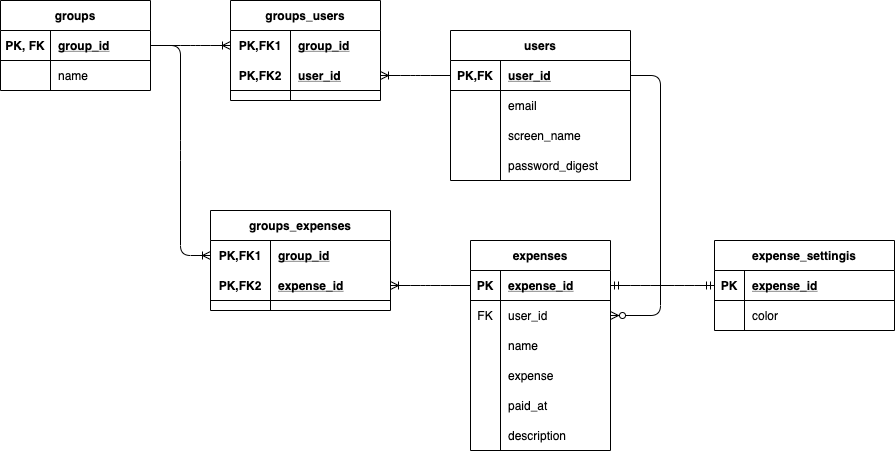
dOwOd/Expenses_Log_App keeps this draw.io diagram as design/ERdiagram.png. Above is the earlier version. Source tidied: cells renumbered, new cells last; positions are measured from the earlier drawing's top-left corner, leaving out a move shared by most shapes.
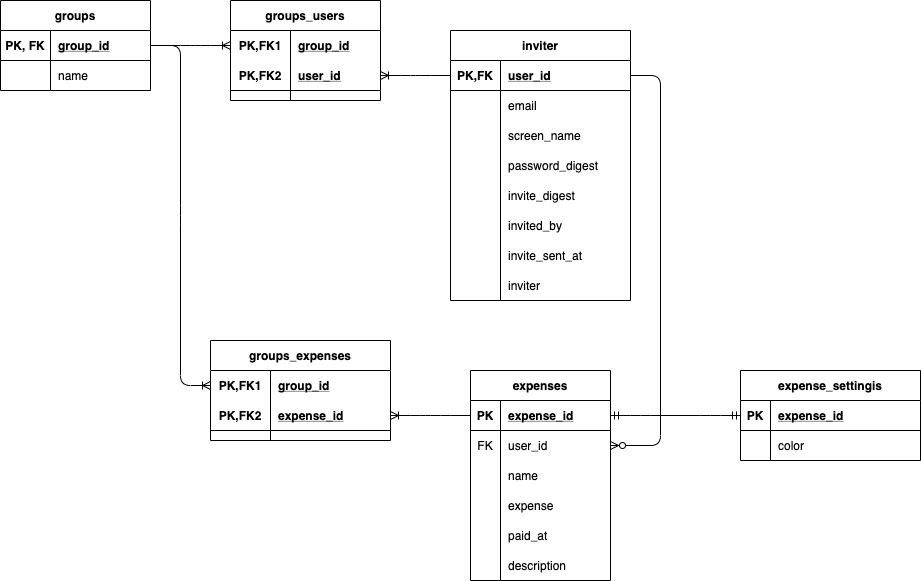
Above is the later version.

The edit, as a diff of the source:
```diff
@@ -6,7 +6,7 @@
       <mxGeometry relative="1" as="geometry" />
     </mxCell>
     <mxCell id="3" style="group;" parent="1" vertex="1">
-      <mxGeometry x="714" y="240" width="180" height="100" as="geometry" />
+      <mxGeometry x="740" y="370" width="180" height="100" as="geometry" />
     </mxCell>
     <mxCell id="4" style="shape=partialRectangle;fillColor=none;top=0;left=0;bottom=0;right=0;overflow=hidden;" parent="3" vertex="1">
       <mxGeometry width="30" height="18.8" as="geometry" />
@@ -69,7 +69,7 @@
       <mxGeometry x="50" width="100" height="30" as="geometry" />
     </mxCell>
     <mxCell id="24" value="expenses" style="shape=table;startSize=30;rowLines=0;fontStyle=1;align=center;rounded=0;" parent="1" vertex="1">
-      <mxGeometry x="470" y="240" width="140" height="210" as="geometry" />
+      <mxGeometry x="470" y="370" width="140" height="210" as="geometry" />
     </mxCell>
     <mxCell id="25" style="shape=partialRectangle;fillColor=none;top=0;left=0;bottom=1;right=0;points=[[0,0.5],[1,0.5]];portConstraint=eastwest;" parent="24" vertex="1">
       <mxGeometry y="30" width="140" height="30" as="geometry" />
@@ -125,8 +125,8 @@
     <mxCell id="42" value="description" style="shape=partialRectangle;fillColor=none;top=0;left=0;bottom=0;right=0;align=left;spacingLeft=6;overflow=hidden;" parent="40" vertex="1">
       <mxGeometry x="30" width="110" height="30" as="geometry" />
     </mxCell>
-    <mxCell id="43" value="users" style="shape=table;startSize=30;rowLines=0;fontStyle=1;align=center;rounded=0;" parent="1" vertex="1">
-      <mxGeometry x="450" y="30" width="180" height="150" as="geometry" />
+    <mxCell id="43" value="inviter" style="shape=table;startSize=30;rowLines=0;fontStyle=1;align=center;rounded=0;" parent="1" vertex="1">
+      <mxGeometry x="450" y="30" width="180" height="270" as="geometry" />
     </mxCell>
     <mxCell id="44" style="shape=partialRectangle;fillColor=none;top=0;left=0;bottom=1;right=0;points=[[0,0.5],[1,0.5]];portConstraint=eastwest;" parent="43" vertex="1">
       <mxGeometry y="30" width="180" height="30" as="geometry" />
@@ -164,8 +164,44 @@
     <mxCell id="55" value="password_digest" style="shape=partialRectangle;fillColor=none;top=0;left=0;bottom=0;right=0;align=left;spacingLeft=6;overflow=hidden;" parent="53" vertex="1">
       <mxGeometry x="50" width="130" height="30" as="geometry" />
     </mxCell>
+    <mxCell id="70" style="shape=partialRectangle;fillColor=none;top=0;left=0;bottom=0;right=0;" parent="43" vertex="1">
+      <mxGeometry y="150" width="180" height="30" as="geometry" />
+    </mxCell>
+    <mxCell id="71" style="shape=partialRectangle;fillColor=none;top=0;left=0;bottom=0;right=0;overflow=hidden;" parent="70" vertex="1">
+      <mxGeometry width="50" height="30" as="geometry" />
+    </mxCell>
+    <mxCell id="72" value="invite_digest" style="shape=partialRectangle;fillColor=none;top=0;left=0;bottom=0;right=0;align=left;spacingLeft=6;overflow=hidden;" parent="70" vertex="1">
+      <mxGeometry x="50" width="130" height="30" as="geometry" />
+    </mxCell>
+    <mxCell id="73" style="shape=partialRectangle;fillColor=none;top=0;left=0;bottom=0;right=0;" parent="43" vertex="1">
+      <mxGeometry y="180" width="180" height="30" as="geometry" />
+    </mxCell>
+    <mxCell id="74" style="shape=partialRectangle;fillColor=none;top=0;left=0;bottom=0;right=0;overflow=hidden;" parent="73" vertex="1">
+      <mxGeometry width="50" height="30" as="geometry" />
+    </mxCell>
+    <mxCell id="75" value="invited_by" style="shape=partialRectangle;fillColor=none;top=0;left=0;bottom=0;right=0;align=left;spacingLeft=6;overflow=hidden;" parent="73" vertex="1">
+      <mxGeometry x="50" width="130" height="30" as="geometry" />
+    </mxCell>
+    <mxCell id="76" style="shape=partialRectangle;fillColor=none;top=0;left=0;bottom=0;right=0;" parent="43" vertex="1">
+      <mxGeometry y="210" width="180" height="30" as="geometry" />
+    </mxCell>
+    <mxCell id="77" style="shape=partialRectangle;fillColor=none;top=0;left=0;bottom=0;right=0;overflow=hidden;" parent="76" vertex="1">
+      <mxGeometry width="50" height="30" as="geometry" />
+    </mxCell>
+    <mxCell id="78" value="invite_sent_at" style="shape=partialRectangle;fillColor=none;top=0;left=0;bottom=0;right=0;align=left;spacingLeft=6;overflow=hidden;" parent="76" vertex="1">
+      <mxGeometry x="50" width="130" height="30" as="geometry" />
+    </mxCell>
+    <mxCell id="79" style="shape=partialRectangle;fillColor=none;top=0;left=0;bottom=0;right=0;" parent="43" vertex="1">
+      <mxGeometry y="240" width="180" height="30" as="geometry" />
+    </mxCell>
+    <mxCell id="80" style="shape=partialRectangle;fillColor=none;top=0;left=0;bottom=0;right=0;overflow=hidden;" parent="79" vertex="1">
+      <mxGeometry width="50" height="30" as="geometry" />
+    </mxCell>
+    <mxCell id="81" value="inviter" style="shape=partialRectangle;fillColor=none;top=0;left=0;bottom=0;right=0;align=left;spacingLeft=6;overflow=hidden;" parent="79" vertex="1">
+      <mxGeometry x="50" width="130" height="30" as="geometry" />
+    </mxCell>
     <mxCell id="56" value="groups_expenses" style="shape=table;startSize=30;rowLines=0;fontStyle=1;align=center;" parent="1" vertex="1">
-      <mxGeometry x="210" y="210" width="180" height="100" as="geometry" />
+      <mxGeometry x="210" y="340" width="180" height="100" as="geometry" />
     </mxCell>
     <mxCell id="57" style="shape=partialRectangle;fillColor=none;top=0;left=0;bottom=0;right=0;points=[[0,0.5],[1,0.5]];portConstraint=eastwest;" parent="56" vertex="1">
       <mxGeometry y="30" width="180" height="30" as="geometry" />
```
